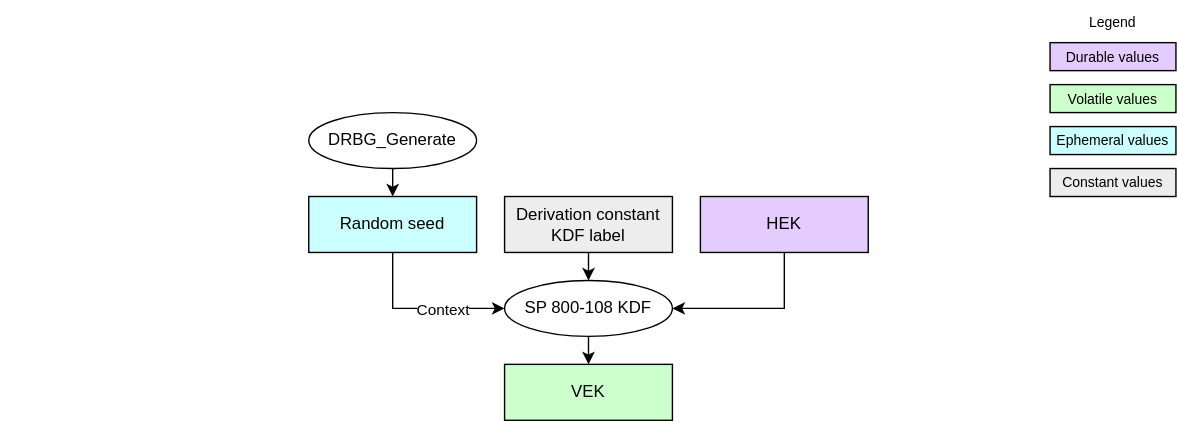
Before: doc/ocp_lock/diagrams/vek_generation.drawio.svg, a diagram exported from draw.io (chipsalliance/Caliptra). Source tidied: cells renumbered, new cells last; positions are measured from the earlier drawing's top-left corner, leaving out a move shared by most shapes.
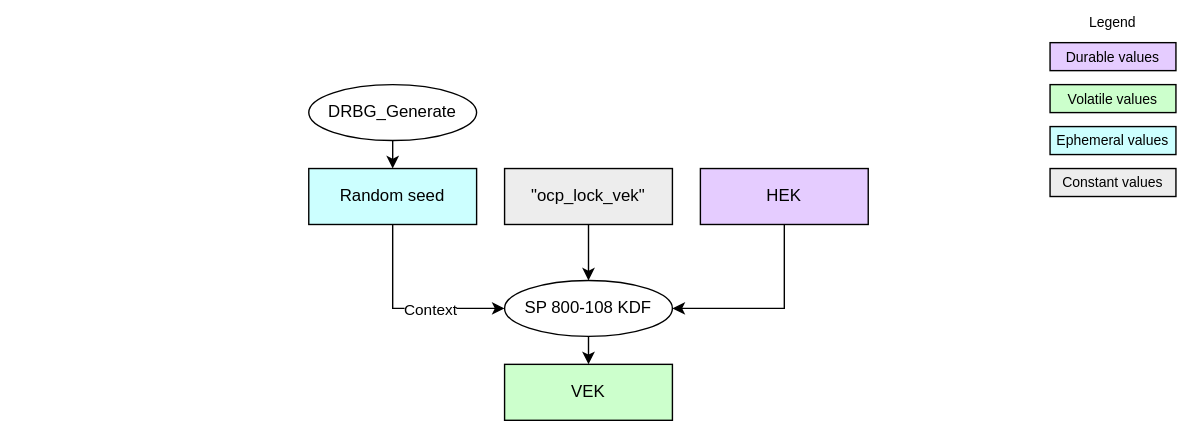
Later version of the same file.

Commit message:
[OCP-LOCK]: Add KDF labels to diagrams (#632)

What changed in the source:
```diff
@@ -14,13 +14,13 @@
       </mxGeometry>
     </mxCell>
     <mxCell id="5" value="&lt;div&gt;&lt;font color=&quot;#000000&quot;&gt;Random seed&lt;/font&gt;&lt;/div&gt;" style="rounded=0;whiteSpace=wrap;html=1;align=center;verticalAlign=middle;shadow=0;glass=0;spacingLeft=0;spacingBottom=0;spacingTop=0;fillColor=#CCFFFF;" parent="1" vertex="1">
-      <mxGeometry x="220" y="140" width="120" height="40" as="geometry" />
+      <mxGeometry x="220" y="120" width="120" height="40" as="geometry" />
     </mxCell>
     <mxCell id="6" value="&lt;div&gt;&lt;font color=&quot;#000000&quot;&gt;VEK&lt;/font&gt;&lt;/div&gt;" style="rounded=0;whiteSpace=wrap;html=1;align=center;verticalAlign=middle;shadow=0;glass=0;spacingLeft=0;spacingBottom=0;spacingTop=0;fillColor=#CCFFCC;" parent="1" vertex="1">
       <mxGeometry x="360" y="260" width="120" height="40" as="geometry" />
     </mxCell>
     <mxCell id="7" value="DRBG_Generate" style="ellipse;whiteSpace=wrap;html=1;fillColor=#FFFFFF;" parent="1" vertex="1">
-      <mxGeometry x="220" y="80" width="120" height="40" as="geometry" />
+      <mxGeometry x="220" y="60" width="120" height="40" as="geometry" />
     </mxCell>
     <mxCell id="8" value="&lt;div&gt;&lt;font color=&quot;#000000&quot;&gt;Durable values&lt;/font&gt;&lt;/div&gt;" style="rounded=0;whiteSpace=wrap;html=1;align=center;verticalAlign=middle;shadow=0;glass=0;spacingLeft=0;spacingBottom=0;spacingTop=0;fillColor=#E5CCFF;fontSize=10;" parent="1" vertex="1">
       <mxGeometry x="750" y="30" width="90" height="20" as="geometry" />
@@ -35,7 +35,7 @@
       <mxGeometry relative="1" as="geometry" />
     </mxCell>
     <mxCell id="12" value="&lt;div&gt;&lt;font color=&quot;#000000&quot;&gt;HEK&lt;/font&gt;&lt;/div&gt;" style="rounded=0;whiteSpace=wrap;html=1;align=center;verticalAlign=middle;shadow=0;glass=0;spacingLeft=0;spacingBottom=0;spacingTop=0;fillColor=#E5CCFF;" parent="1" vertex="1">
-      <mxGeometry x="500" y="140" width="120" height="40" as="geometry" />
+      <mxGeometry x="500" y="120" width="120" height="40" as="geometry" />
     </mxCell>
     <mxCell id="13" style="edgeStyle=none;html=1;exitX=0.5;exitY=1;exitDx=0;exitDy=0;entryX=0.5;entryY=0;entryDx=0;entryDy=0;" parent="1" edge="1" source="14" target="6">
       <mxGeometry relative="1" as="geometry" />
@@ -52,8 +52,8 @@
     <mxCell id="17" style="edgeStyle=none;html=1;exitX=0.5;exitY=1;exitDx=0;exitDy=0;entryX=0.5;entryY=0;entryDx=0;entryDy=0;" parent="1" edge="1" source="18" target="14">
       <mxGeometry relative="1" as="geometry" />
     </mxCell>
-    <mxCell id="18" value="&lt;div&gt;&lt;font color=&quot;#000000&quot;&gt;Derivation constant&lt;/font&gt;&lt;/div&gt;&lt;div&gt;&lt;font color=&quot;#000000&quot;&gt;KDF label&lt;/font&gt;&lt;/div&gt;" style="rounded=0;whiteSpace=wrap;html=1;align=center;verticalAlign=middle;shadow=0;glass=0;spacingLeft=0;spacingBottom=0;spacingTop=0;fillColor=#EDEDED;" parent="1" vertex="1">
-      <mxGeometry x="360" y="140" width="120" height="40" as="geometry" />
+    <mxCell id="18" value="&lt;div&gt;&lt;span style=&quot;background-color: transparent;&quot;&gt;&quot;ocp_lock_vek&quot;&lt;/span&gt;&lt;/div&gt;" style="rounded=0;whiteSpace=wrap;html=1;align=center;verticalAlign=middle;shadow=0;glass=0;spacingLeft=0;spacingBottom=0;spacingTop=0;fillColor=#EDEDED;" parent="1" vertex="1">
+      <mxGeometry x="360" y="120" width="120" height="40" as="geometry" />
     </mxCell>
     <mxCell id="19" value="&lt;div&gt;&lt;font color=&quot;#000000&quot;&gt;Constant values&lt;/font&gt;&lt;/div&gt;" style="rounded=0;whiteSpace=wrap;html=1;align=center;verticalAlign=middle;shadow=0;glass=0;spacingLeft=0;spacingBottom=0;spacingTop=0;fillColor=#EDEDED;fontSize=10;" parent="1" vertex="1">
       <mxGeometry x="750" y="120" width="90" height="20" as="geometry" />
```
